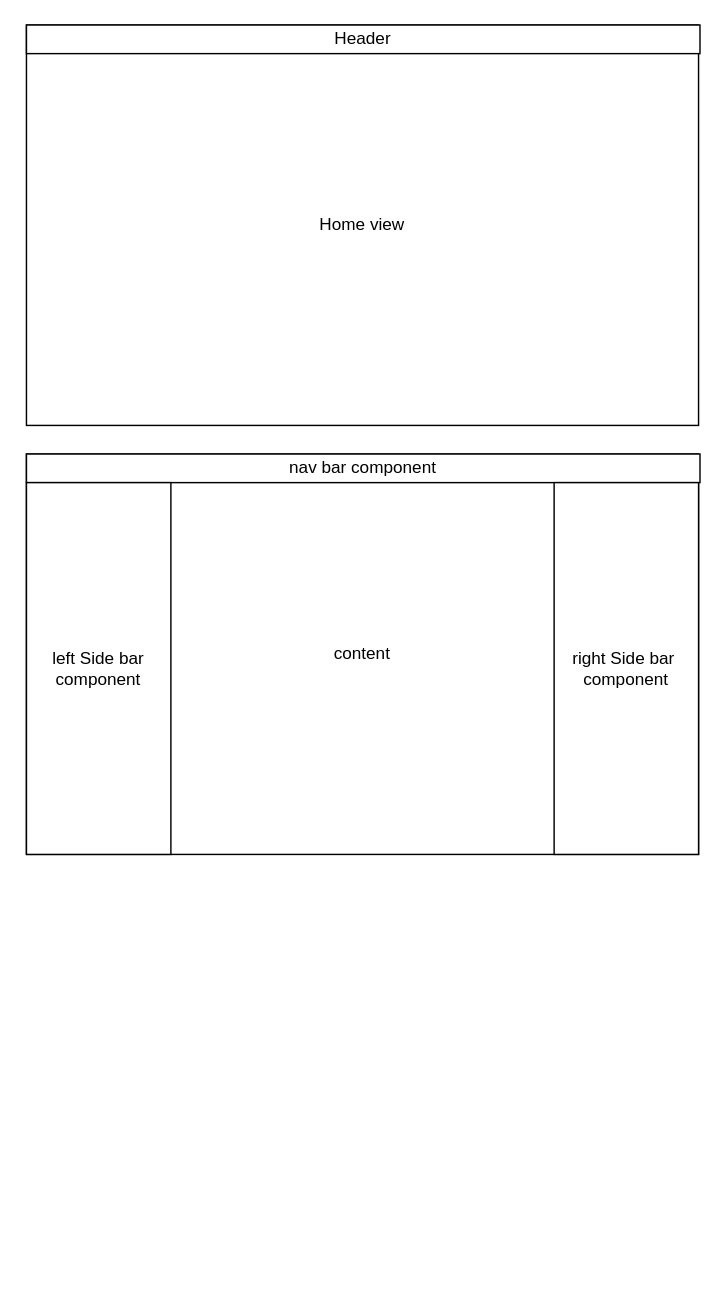
Earlier version of the draw.io diagram docs-rust-list/docs-desing.drawio (Akmot9/rust_listing). Source tidied: cells renumbered, new cells numbered last; positions are measured from the earlier drawing's top-left corner, leaving out a move shared by most shapes. Both pictures are drawn from the tidied source at 143%, with x=0, y=0 at pixel (26, 24).
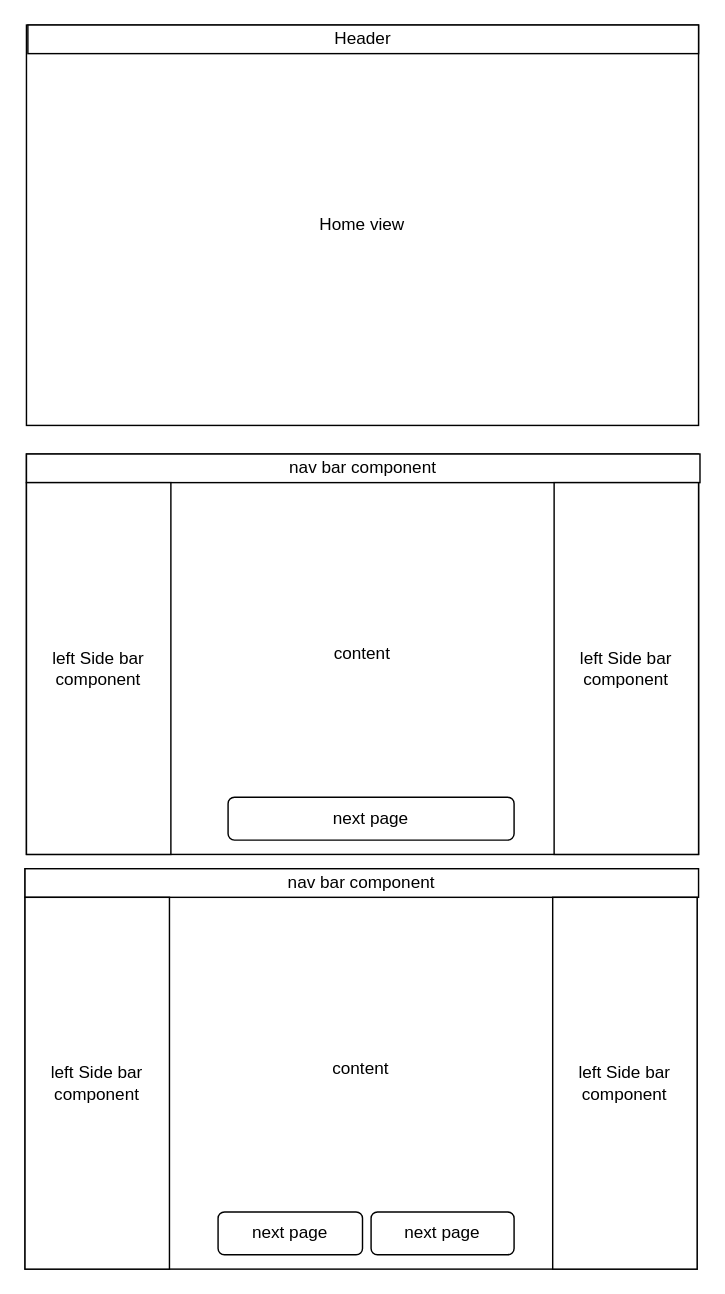
After the change.

Diff of the diagram source:
```diff
@@
 <mxGraphModel>
   <root>
     <mxCell id="0" />
     <mxCell id="1" parent="0" />
     <mxCell id="2" value="content" style="rounded=0;whiteSpace=wrap;html=1;" parent="1" vertex="1">
       <mxGeometry y="300" width="470" height="280" as="geometry" />
     </mxCell>
     <mxCell id="3" value="nav bar component" style="rounded=0;whiteSpace=wrap;html=1;" parent="1" vertex="1">
       <mxGeometry y="300" width="471" height="20" as="geometry" />
     </mxCell>
     <mxCell id="4" value="left Side bar&lt;br&gt;component" style="rounded=0;whiteSpace=wrap;html=1;" parent="1" vertex="1">
       <mxGeometry y="320" width="101" height="260" as="geometry" />
     </mxCell>
-    <mxCell id="5" value="right Side bar&amp;nbsp;&lt;br&gt;component" style="rounded=0;whiteSpace=wrap;html=1;" parent="1" vertex="1">
-      <mxGeometry x="369" y="320" width="101" height="260" as="geometry" />
-    </mxCell>
     <mxCell id="6" value="Home view" style="rounded=0;whiteSpace=wrap;html=1;" parent="1" vertex="1">
       <mxGeometry width="470" height="280" as="geometry" />
     </mxCell>
     <mxCell id="7" value="Header" style="rounded=0;whiteSpace=wrap;html=1;" parent="1" vertex="1">
-      <mxGeometry width="471" height="20" as="geometry" />
+      <mxGeometry x="1" width="469" height="20" as="geometry" />
     </mxCell>
+    <mxCell id="8" value="next page" style="rounded=1;whiteSpace=wrap;html=1;" parent="1" vertex="1">
+      <mxGeometry x="141" y="540" width="200" height="30" as="geometry" />
+    </mxCell>
+    <mxCell id="9" value="left Side bar&lt;br&gt;component" style="rounded=0;whiteSpace=wrap;html=1;" parent="1" vertex="1">
+      <mxGeometry x="369" y="320" width="101" height="260" as="geometry" />
+    </mxCell>
+    <mxCell id="10" value="content" style="rounded=0;whiteSpace=wrap;html=1;" parent="1" vertex="1">
+      <mxGeometry x="-1" y="590" width="470" height="280" as="geometry" />
+    </mxCell>
+    <mxCell id="11" value="nav bar component" style="rounded=0;whiteSpace=wrap;html=1;" parent="1" vertex="1">
+      <mxGeometry x="-1" y="590" width="471" height="20" as="geometry" />
+    </mxCell>
+    <mxCell id="12" value="left Side bar&lt;br&gt;component" style="rounded=0;whiteSpace=wrap;html=1;" parent="1" vertex="1">
+      <mxGeometry x="-1" y="610" width="101" height="260" as="geometry" />
+    </mxCell>
+    <mxCell id="13" value="next page" style="rounded=1;whiteSpace=wrap;html=1;" parent="1" vertex="1">
+      <mxGeometry x="134" y="830" width="101" height="30" as="geometry" />
+    </mxCell>
+    <mxCell id="14" value="left Side bar&lt;br&gt;component" style="rounded=0;whiteSpace=wrap;html=1;" parent="1" vertex="1">
+      <mxGeometry x="368" y="610" width="101" height="260" as="geometry" />
+    </mxCell>
+    <mxCell id="15" value="next page" style="rounded=1;whiteSpace=wrap;html=1;" parent="1" vertex="1">
+      <mxGeometry x="241" y="830" width="100" height="30" as="geometry" />
+    </mxCell>
   </root>
 </mxGraphModel>
```
